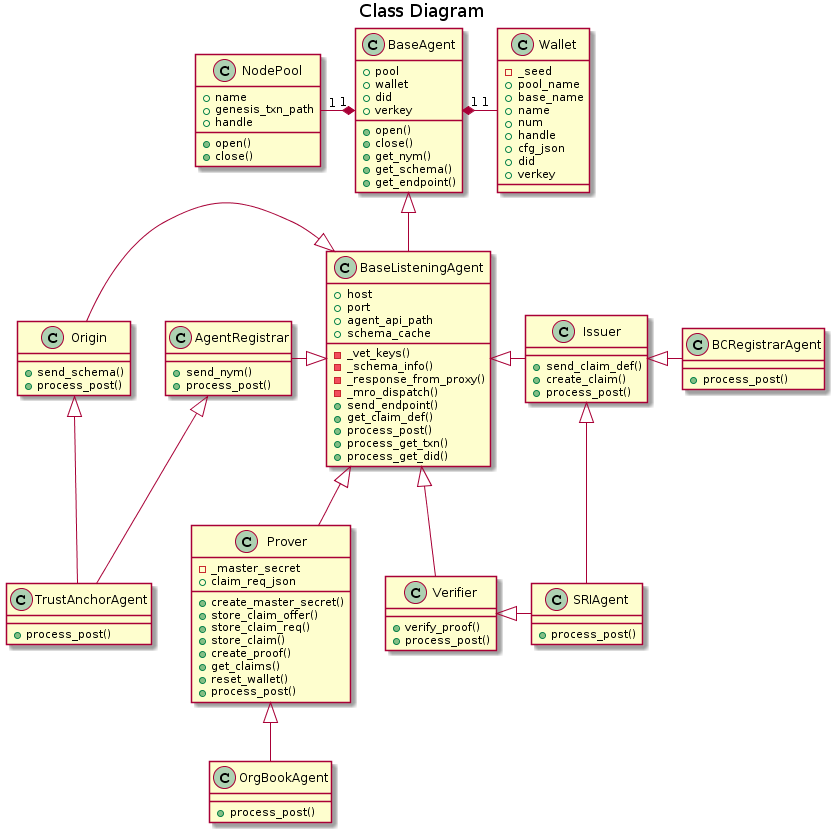
This is doc/pic/class.png from PSPC-SPAC-buyandsell/demo-agent, a PlantUML export, as it was before one commit.
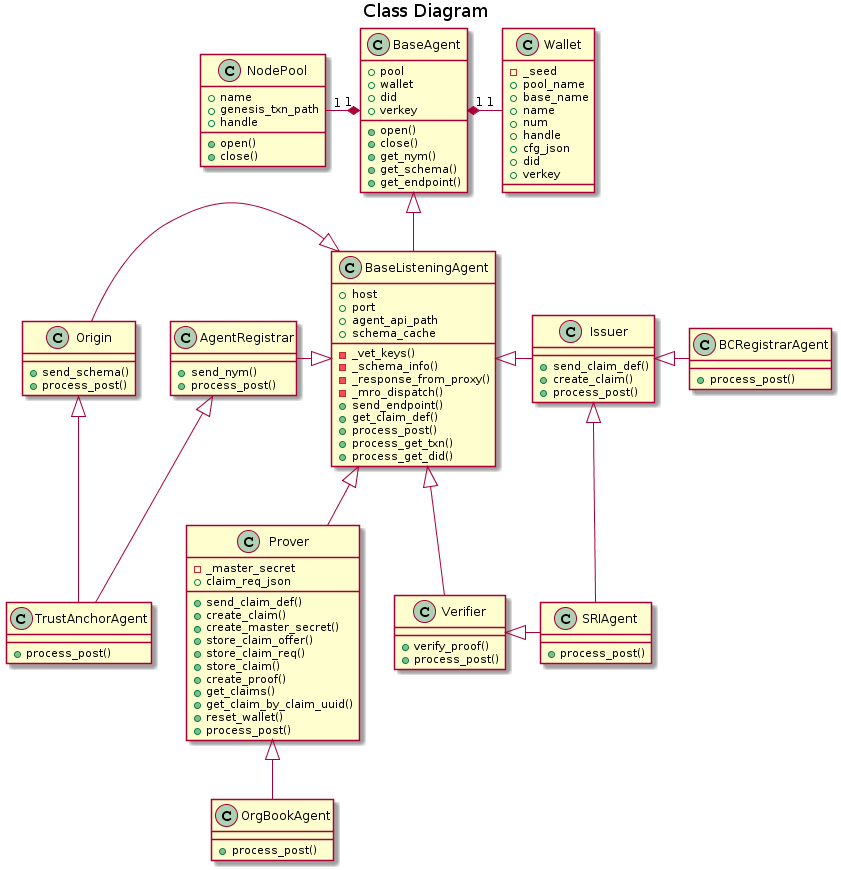
The same diagram one commit later.

Change to the diagram source:
```diff
@@ -1,4 +1,5 @@
 @startuml
+
 title Class Diagram
 
 class Wallet {
@@ -68,12 +69,15 @@
 class Prover {
     -_master_secret
     +claim_req_json
+    +send_claim_def()
+    +create_claim()
     +create_master_secret()
     +store_claim_offer()
     +store_claim_req()
     +store_claim()
     +create_proof()
     +get_claims()
+    +get_claim_by_claim_uuid()
     +reset_wallet()
     +process_post()
 }
```
